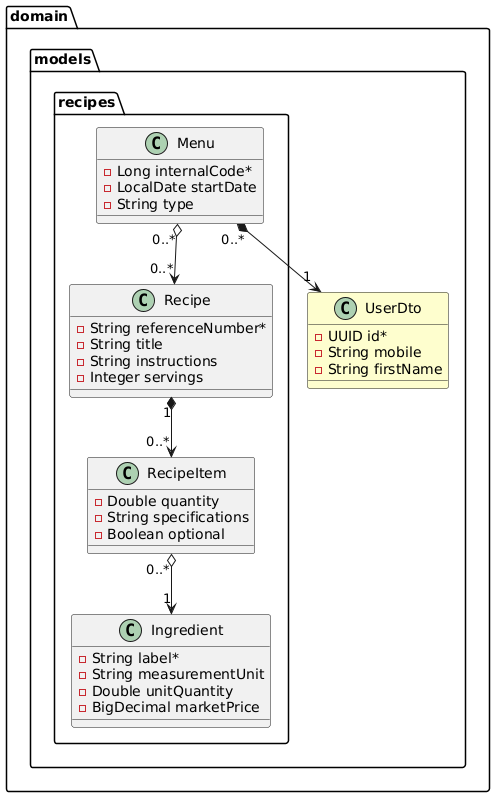
Earlier version of the PlantUML export docs/recipes.png (miw-upm/apaw-practice).
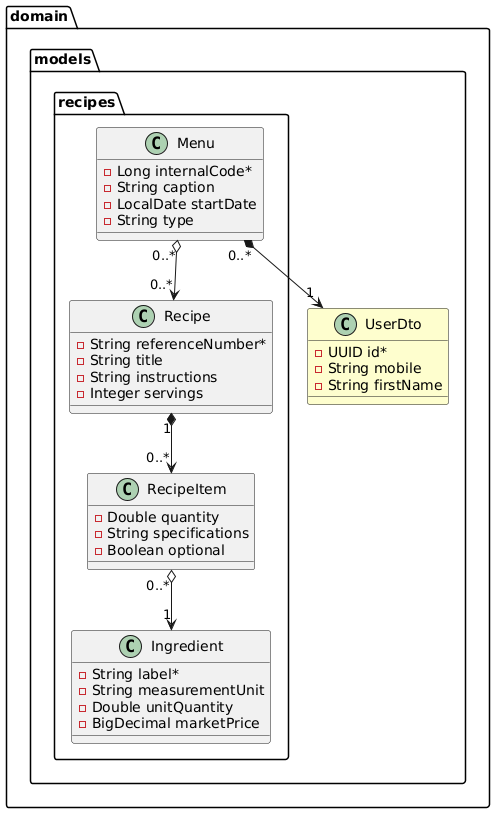
After the commit.

What changed in the source:
```diff
@@ -10,9 +10,9 @@
 package domain.models.recipes {
     class Menu {
         - Long internalCode*
+        - String caption
         - LocalDate startDate
         - String type
-
     }
 
     class Recipe {
```
